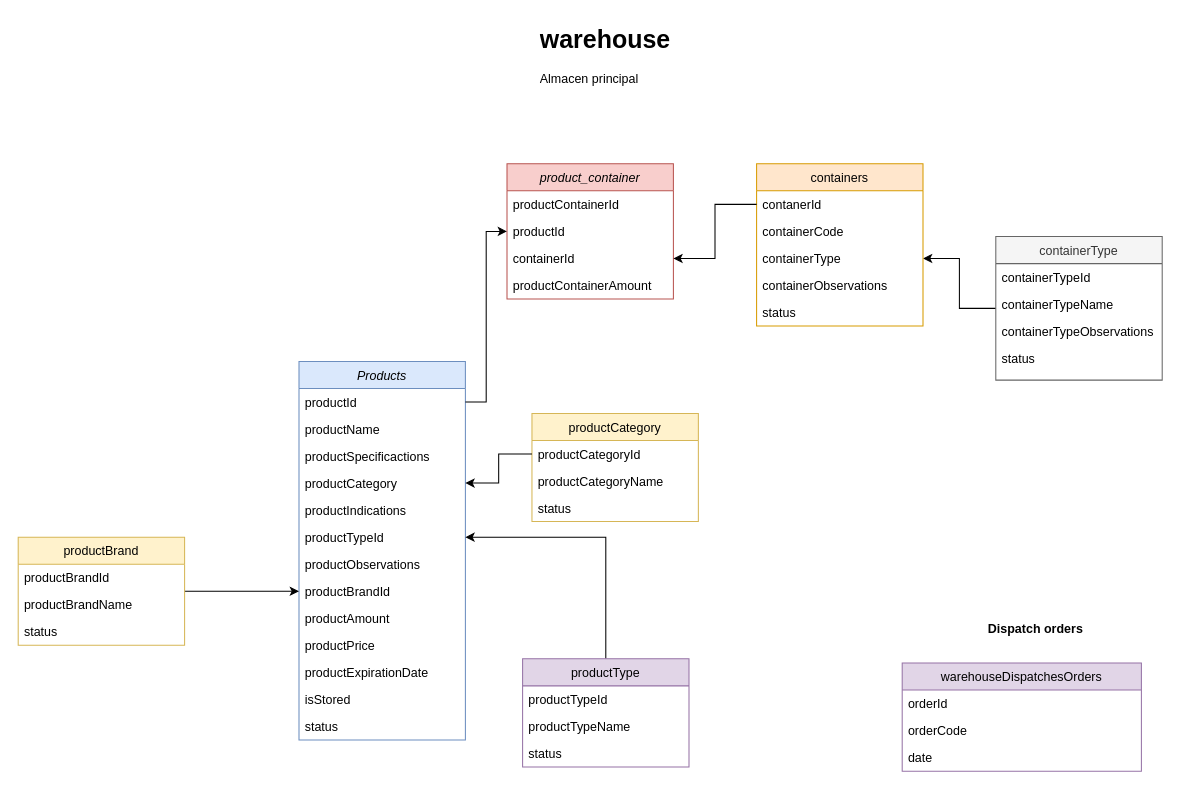
Above: pharmacy.drawio in CarlosMayo1/pharmacy (draw.io), before the change. Source tidied: cells renumbered, new cells numbered last; positions are measured from the earlier drawing's top-left corner, leaving out a move shared by most shapes. Both pictures are drawn from the tidied source at 104%, with x=0, y=0 at pixel (18, 18).
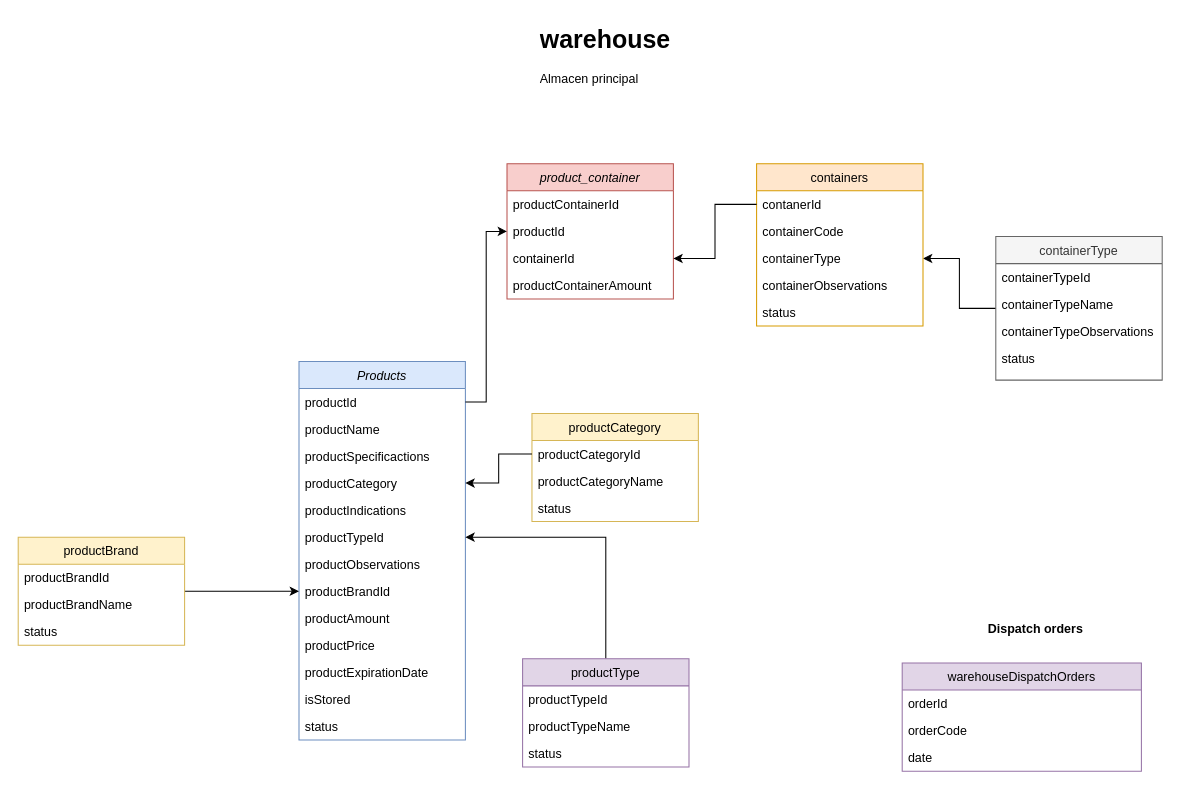
The same page after the edit.

What changed in the source:
```diff
@@
-    <mxCell id="51" value="warehouseDispatchesOrders" style="swimlane;fontStyle=0;align=center;verticalAlign=top;horizontal=1;startSize=26;rounded=0;shadow=0;strokeWidth=1;fillColor=#e1d5e7;strokeColor=#9673a6;" parent="1" vertex="1">
+    <mxCell id="51" value="warehouseDispatchOrders" style="swimlane;fontStyle=0;align=center;verticalAlign=top;horizontal=1;startSize=26;rounded=0;shadow=0;strokeWidth=1;fillColor=#e1d5e7;strokeColor=#9673a6;" parent="1" vertex="1">
       <mxGeometry x="850" y="620" width="230" height="104" as="geometry" />
     </mxCell>
```
